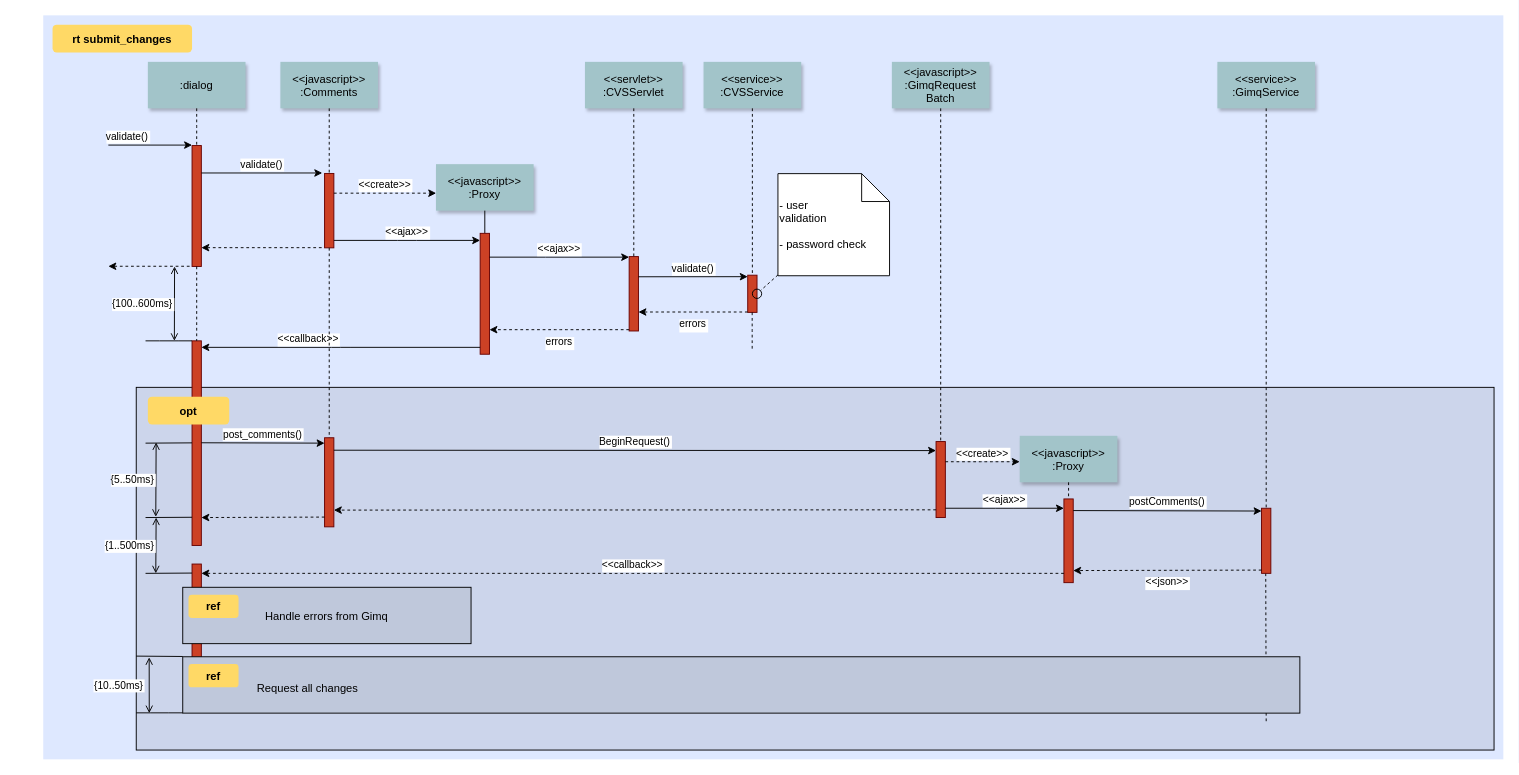
Above: flink-es-6.drawio in weizheng1990s/Diagram (draw.io), before the change. Source tidied: cells renumbered, new cells numbered last; positions are measured from the earlier drawing's top-left corner, leaving out a move shared by most shapes. Both pictures are drawn from the tidied source at 93%, with x=0, y=0 at pixel (43, 15).
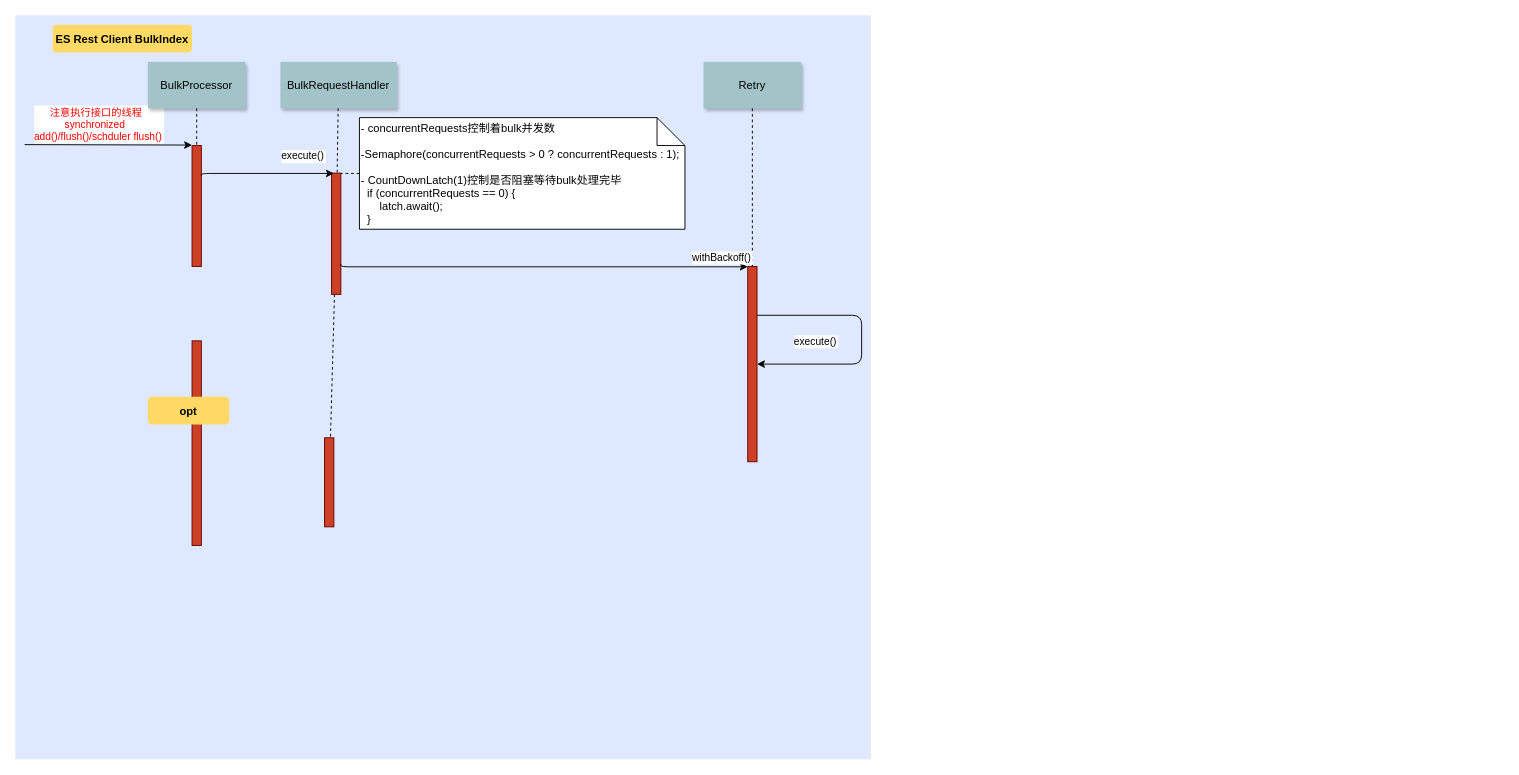
After the change.

Unchanged cells that the change refers to:
```xml
<mxCell id="5" style="fillColor=#CC4125;strokeColor=#660000;" parent="1" vertex="1">
  <mxGeometry x="160" y="140" width="10" height="130" as="geometry" />
</mxCell>
<mxCell id="35" style="fillColor=#CC4125;strokeColor=#660000;" parent="1" vertex="1">
  <mxGeometry x="160" y="350" width="10" height="220" as="geometry" />
</mxCell>
```

What changed in the source:
```diff
@@
     <mxCell id="2" style="fillColor=#DEE8FF;strokeColor=none;" parent="1" vertex="1">
-      <mxGeometry width="1570" height="800" as="geometry" />
+      <mxGeometry x="-30" width="920" height="800" as="geometry" />
     </mxCell>
-    <mxCell id="3" style="fillColor=#CCD5EB;" parent="1" vertex="1">
-      <mxGeometry x="100" y="400" width="1460" height="390" as="geometry" />
-    </mxCell>
-    <mxCell id="4" style="edgeStyle=elbowEdgeStyle;elbow=horizontal;endArrow=none;dashed=1;" parent="1" edge="1">
-      <mxGeometry x="1460" y="437.9" as="geometry">
-        <mxPoint x="1314.5" y="600" as="sourcePoint" />
-        <mxPoint x="1314.5" y="760" as="targetPoint" />
-      </mxGeometry>
-    </mxCell>
@@
-    <mxCell id="6" value="validate()" style="edgeStyle=none;verticalLabelPosition=top;verticalAlign=bottom;labelPosition=left;align=right;" parent="1" edge="1">
-      <mxGeometry x="110" y="49.5" as="geometry">
-        <mxPoint x="70" y="139.5" as="sourcePoint" />
+    <mxCell id="6" value="注意执行接口的线程       &#10;synchronized             &#10;add()/flush()/schduler flush()" style="edgeStyle=none;verticalLabelPosition=top;verticalAlign=bottom;labelPosition=left;align=right;fontColor=#FF0000;" parent="1" edge="1">
+      <mxGeometry as="geometry">
+        <mxPoint x="-20" y="139" as="sourcePoint" />
         <mxPoint x="160" y="139.5" as="targetPoint" />
+        <mxPoint x="60" as="offset" />
       </mxGeometry>
     </mxCell>
-    <mxCell id="7" value=":dialog" style="shadow=1;fillColor=#A2C4C9;strokeColor=none;" parent="1" vertex="1">
+    <mxCell id="7" value="BulkProcessor" style="shadow=1;fillColor=#A2C4C9;strokeColor=none;" parent="1" vertex="1">
       <mxGeometry x="112.5" y="50" width="105" height="50" as="geometry" />
     </mxCell>
     <mxCell id="8" style="fillColor=#CC4125;strokeColor=#660000;" parent="1" vertex="1">
-      <mxGeometry x="302.5" y="170" width="10" height="80" as="geometry" />
+      <mxGeometry x="310" y="169.6" width="10" height="130.4" as="geometry" />
     </mxCell>
-    <mxCell id="9" value="&lt;&lt;javascript&gt;&gt;&#10;:Comments" style="shadow=1;fillColor=#A2C4C9;strokeColor=none;" parent="1" vertex="1">
-      <mxGeometry x="255" y="50" width="105" height="50" as="geometry" />
+    <mxCell id="9" value="BulkRequestHandler" style="shadow=1;fillColor=#A2C4C9;strokeColor=none;" parent="1" vertex="1">
+      <mxGeometry x="255" y="50" width="125" height="50" as="geometry" />
     </mxCell>
@@
-    <mxCell id="11" value="validate()" style="edgeStyle=none;verticalLabelPosition=top;verticalAlign=bottom;" parent="1" edge="1">
-      <mxGeometry x="220" y="92" as="geometry">
-        <mxPoint x="170" y="169.5" as="sourcePoint" />
-        <mxPoint x="300" y="169.5" as="targetPoint" />
-      </mxGeometry>
-    </mxCell>
-    <mxCell id="12" style="edgeStyle=none;verticalLabelPosition=top;verticalAlign=bottom;endArrow=none;startArrow=classic;dashed=1;" parent="1" edge="1">
-      <mxGeometry x="220" y="172.3" as="geometry">
-        <mxPoint x="170" y="249.8" as="sourcePoint" />
-        <mxPoint x="300" y="249.8" as="targetPoint" />
-      </mxGeometry>
-    </mxCell>
-    <mxCell id="13" style="edgeStyle=none;verticalLabelPosition=top;verticalAlign=bottom;labelPosition=left;align=right;endArrow=none;startArrow=classic;dashed=1;" parent="1" edge="1">
-      <mxGeometry x="110" y="179.8" as="geometry">
-        <mxPoint x="70" y="269.8" as="sourcePoint" />
-        <mxPoint x="160" y="269.8" as="targetPoint" />
-      </mxGeometry>
-    </mxCell>
-    <mxCell id="14" value="&lt;&lt;create&gt;&gt;" style="edgeStyle=none;verticalLabelPosition=top;verticalAlign=bottom;dashed=1;" parent="1" edge="1">
-      <mxGeometry x="385.5" y="113.9" as="geometry">
-        <mxPoint x="312.5" y="191.2" as="sourcePoint" />
-        <mxPoint x="422.5" y="191.2" as="targetPoint" />
-      </mxGeometry>
-    </mxCell>
-    <mxCell id="15" value="&lt;&lt;javascript&gt;&gt;&#10;:Proxy" style="shadow=1;fillColor=#A2C4C9;strokeColor=none;" parent="1" vertex="1">
-      <mxGeometry x="422.3" y="160" width="105" height="50" as="geometry" />
-    </mxCell>
-    <mxCell id="16" style="edgeStyle=none;endArrow=none;" parent="1" edge="1" source="15" target="17">
-      <mxGeometry x="437" y="270" as="geometry" />
-    </mxCell>
-    <mxCell id="17" style="fillColor=#CC4125;strokeColor=#660000;" parent="1" vertex="1">
-      <mxGeometry x="469.8" y="234.4" width="10" height="130" as="geometry" />
-    </mxCell>
-    <mxCell id="18" value="&lt;&lt;ajax&gt;&gt;" style="edgeStyle=elbowEdgeStyle;elbow=vertical;verticalLabelPosition=top;verticalAlign=bottom;" parent="1" edge="1" source="8" target="17">
-      <mxGeometry x="350" y="290" as="geometry" />
-    </mxCell>
     <mxCell id="19" style="fillColor=#CC4125;strokeColor=#660000;" parent="1" vertex="1">
-      <mxGeometry x="630" y="259.4" width="10" height="80" as="geometry" />
+      <mxGeometry x="757.5" y="270" width="10" height="210" as="geometry" />
     </mxCell>
-    <mxCell id="20" value="&lt;&lt;servlet&gt;&gt;&#10;:CVSServlet" style="shadow=1;fillColor=#A2C4C9;strokeColor=none;" parent="1" vertex="1">
-      <mxGeometry x="582.5" y="50" width="105" height="50" as="geometry" />
+    <mxCell id="20" value="Retry" style="shadow=1;fillColor=#A2C4C9;strokeColor=none;" parent="1" vertex="1">
+      <mxGeometry x="710" y="50" width="105" height="50" as="geometry" />
     </mxCell>
@@
-    <mxCell id="22" value="&lt;&lt;service&gt;&gt;&#10;:CVSService" style="shadow=1;fillColor=#A2C4C9;strokeColor=none;" parent="1" vertex="1">
-      <mxGeometry x="710" y="50" width="105" height="50" as="geometry" />
-    </mxCell>
-    <mxCell id="23" style="edgeStyle=none;endArrow=none;dashed=1;" parent="1" edge="1" source="22" target="24">
-      <mxGeometry x="727.3" y="165" as="geometry" />
-    </mxCell>
-    <mxCell id="24" style="fillColor=#CC4125;strokeColor=#660000;" parent="1" vertex="1">
-      <mxGeometry x="757.5" y="279.4" width="10" height="40" as="geometry" />
-    </mxCell>
-    <mxCell id="25" value="&lt;&lt;ajax&gt;&gt;" style="edgeStyle=elbowEdgeStyle;elbow=vertical;verticalLabelPosition=top;verticalAlign=bottom;" parent="1" edge="1" source="17" target="19">
-      <mxGeometry x="540" y="270" as="geometry">
-        <Array as="points">
-          <mxPoint x="550" y="260" />
-        </Array>
-      </mxGeometry>
-    </mxCell>
-    <mxCell id="26" value="errors" style="edgeStyle=elbowEdgeStyle;elbow=vertical;dashed=1;verticalLabelPosition=bottom;verticalAlign=top;" parent="1" edge="1" source="19" target="17">
-      <mxGeometry x="550" y="280" as="geometry">
-        <Array as="points">
-          <mxPoint x="553" y="338" />
-        </Array>
-      </mxGeometry>
-    </mxCell>
-    <mxCell id="27" value="&lt;&lt;javascript&gt;&gt;&#10;:GimqRequest&#10;Batch" style="shadow=1;fillColor=#A2C4C9;strokeColor=none;" parent="1" vertex="1">
-      <mxGeometry x="912.5" y="50" width="105" height="50" as="geometry" />
-    </mxCell>
@@
-    <mxCell id="29" value="validate()" style="edgeStyle=elbowEdgeStyle;elbow=vertical;verticalLabelPosition=top;verticalAlign=bottom;" parent="1" edge="1">
-      <mxGeometry x="550" y="261.7" as="geometry">
-        <mxPoint x="640" y="281.1" as="sourcePoint" />
-        <mxPoint x="757.5" y="281.1" as="targetPoint" />
-      </mxGeometry>
-    </mxCell>
-    <mxCell id="30" value="errors" style="edgeStyle=elbowEdgeStyle;elbow=vertical;dashed=1;verticalLabelPosition=bottom;verticalAlign=top;" parent="1" edge="1">
-      <mxGeometry x="560" y="309.7" as="geometry">
-        <mxPoint x="757.5" y="319" as="sourcePoint" />
-        <mxPoint x="640" y="319" as="targetPoint" />
-      </mxGeometry>
-    </mxCell>
-    <mxCell id="31" style="edgeStyle=elbowEdgeStyle;elbow=horizontal;endArrow=none;dashed=1;" parent="1" edge="1">
-      <mxGeometry x="932.3" y="240" as="geometry">
-        <mxPoint x="762.3" y="319.4" as="sourcePoint" />
-        <mxPoint x="762.3" y="360" as="targetPoint" />
-        <Array as="points">
-          <mxPoint x="762.3" y="340" />
-        </Array>
-      </mxGeometry>
-    </mxCell>
-    <mxCell id="32" style="ellipse;fillColor=none;" parent="1" vertex="1">
-      <mxGeometry x="762.5" y="294.4" width="10" height="10" as="geometry" />
-    </mxCell>
-    <mxCell id="33" value=" - user&#10; validation&#10;&#10; - password check" style="shape=note;align=left;" parent="1" vertex="1">
-      <mxGeometry x="790" y="170.2" width="120" height="109.8" as="geometry" />
+    <mxCell id="33" value=" - concurrentRequests控制着bulk并发数&#10;&#10;-Semaphore(concurrentRequests &gt; 0 ? concurrentRequests : 1);&#10;&#10; - CountDownLatch(1)控制是否阻塞等待bulk处理完毕&#10;  if (concurrentRequests == 0) {&#10;      latch.await();&#10;  }" style="shape=note;align=left;" parent="1" vertex="1">
+      <mxGeometry x="340" y="110" width="350" height="120" as="geometry" />
     </mxCell>
-    <mxCell id="34" style="edgeStyle=none;endArrow=none;dashed=1;" parent="1" edge="1" source="33" target="32">
-      <mxGeometry x="1030" y="180" as="geometry" />
+    <mxCell id="34" style="edgeStyle=none;endArrow=none;dashed=1;" parent="1" edge="1" source="33">
+      <mxGeometry x="1030" y="180" as="geometry">
+        <mxPoint x="320" y="170" as="targetPoint" />
+      </mxGeometry>
     </mxCell>
@@
-    <mxCell id="36" value="             &lt;&lt;callback&gt;&gt;                                " style="edgeStyle=elbowEdgeStyle;elbow=vertical;dashed=0;verticalLabelPosition=top;verticalAlign=bottom;align=right;" parent="1" edge="1" source="17" target="35">
-      <mxGeometry x="190" y="329.8" as="geometry" />
-    </mxCell>
-    <mxCell id="37" style="edgeStyle=none;dashed=1;endArrow=none;" parent="1" edge="1" source="5" target="35">
-      <mxGeometry x="50" y="300" as="geometry" />
-    </mxCell>
-    <mxCell id="38" style="edgeStyle=elbowEdgeStyle;elbow=vertical;endArrow=none;" parent="1" edge="1" source="35">
-      <mxGeometry x="60" y="310" as="geometry">
-        <mxPoint x="110" y="350" as="targetPoint" />
-      </mxGeometry>
-    </mxCell>
-    <mxCell id="39" value="{100..600ms}" style="edgeStyle=elbowEdgeStyle;elbow=horizontal;startArrow=open;endArrow=open;labelPosition=left;align=right;" parent="1" edge="1">
-      <mxGeometry x="61.2" y="290" as="geometry">
-        <mxPoint x="141.2" y="270" as="sourcePoint" />
-        <mxPoint x="141.2" y="350" as="targetPoint" />
-      </mxGeometry>
-    </mxCell>
@@
-    <mxCell id="41" style="fillColor=#CC4125;strokeColor=#660000;" parent="1" vertex="1">
-      <mxGeometry x="960" y="458.3" width="10" height="81.7" as="geometry" />
-    </mxCell>
-    <mxCell id="42" style="edgeStyle=none;endArrow=none;dashed=1;" parent="1" edge="1" source="27" target="41">
-      <mxGeometry x="956.6" y="205" as="geometry" />
-    </mxCell>
-    <mxCell id="43" value="post_comments()" style="edgeStyle=elbowEdgeStyle;elbow=vertical;verticalLabelPosition=top;verticalAlign=bottom;" parent="1" edge="1">
-      <mxGeometry x="212.5" y="469.6" as="geometry">
-        <mxPoint x="170" y="459.6" as="sourcePoint" />
-        <mxPoint x="302.5" y="459.6" as="targetPoint" />
-      </mxGeometry>
-    </mxCell>
@@
-    <mxCell id="45" value="BeginRequest()" style="edgeStyle=elbowEdgeStyle;elbow=vertical;verticalLabelPosition=top;verticalAlign=bottom;" parent="1" edge="1">
-      <mxGeometry x="530" y="436.8" as="geometry">
-        <mxPoint x="312.5" y="467.6" as="sourcePoint" />
-        <mxPoint x="960" y="467.6" as="targetPoint" />
-      </mxGeometry>
-    </mxCell>
-    <mxCell id="46" style="edgeStyle=elbowEdgeStyle;elbow=vertical;dashed=1;verticalLabelPosition=bottom;verticalAlign=top;" parent="1" edge="1">
-      <mxGeometry x="530" y="549.1" as="geometry">
-        <mxPoint x="960" y="531.7" as="sourcePoint" />
-        <mxPoint x="312.5" y="531.7" as="targetPoint" />
-      </mxGeometry>
-    </mxCell>
-    <mxCell id="47" value="&lt;&lt;javascript&gt;&gt;&#10;:Proxy" style="shadow=1;fillColor=#A2C4C9;strokeColor=none;" parent="1" vertex="1">
-      <mxGeometry x="1050" y="452.1" width="105" height="50" as="geometry" />
-    </mxCell>
-    <mxCell id="48" style="edgeStyle=none;endArrow=none;dashed=1;" parent="1" edge="1" source="47" target="49">
-      <mxGeometry x="1204.1" y="380.1" as="geometry" />
-    </mxCell>
-    <mxCell id="49" style="fillColor=#CC4125;strokeColor=#660000;" parent="1" vertex="1">
-      <mxGeometry x="1097.5" y="520" width="10" height="90" as="geometry" />
-    </mxCell>
-    <mxCell id="50" style="fillColor=#CC4125;strokeColor=#660000;" parent="1" vertex="1">
-      <mxGeometry x="1310" y="530" width="10" height="70" as="geometry" />
-    </mxCell>
-    <mxCell id="51" value="&lt;&lt;create&gt;&gt;" style="edgeStyle=elbowEdgeStyle;elbow=vertical;verticalLabelPosition=top;verticalAlign=bottom;dashed=1;" parent="1" edge="1" source="41" target="47">
-      <mxGeometry x="901.2" y="322.5" as="geometry" />
-    </mxCell>
-    <mxCell id="52" value="&lt;&lt;ajax&gt;&gt;" style="edgeStyle=elbowEdgeStyle;elbow=vertical;verticalLabelPosition=top;verticalAlign=bottom;" parent="1" edge="1" source="41" target="49">
-      <mxGeometry x="1065" y="359.5" as="geometry" />
-    </mxCell>
-    <mxCell id="53" value="postComments()" style="edgeStyle=elbowEdgeStyle;elbow=vertical;verticalLabelPosition=top;verticalAlign=bottom;" parent="1" edge="1">
-      <mxGeometry x="1225" y="309.5" as="geometry">
-        <mxPoint x="1107.5" y="532.5" as="sourcePoint" />
-        <mxPoint x="1310" y="532.5" as="targetPoint" />
-      </mxGeometry>
-    </mxCell>
-    <mxCell id="54" value="&lt;&lt;json&gt;&gt;" style="edgeStyle=elbowEdgeStyle;elbow=vertical;dashed=1;verticalLabelPosition=bottom;verticalAlign=top;" parent="1" edge="1">
-      <mxGeometry x="1075" y="396" as="geometry">
-        <mxPoint x="1310" y="596.5" as="sourcePoint" />
-        <mxPoint x="1107.5" y="596.5" as="targetPoint" />
-      </mxGeometry>
-    </mxCell>
-    <mxCell id="55" value="&lt;&lt;service&gt;&gt;&#10;:GimqService" style="shadow=1;fillColor=#A2C4C9;strokeColor=none;" parent="1" vertex="1">
-      <mxGeometry x="1262.5" y="50" width="105" height="50" as="geometry" />
-    </mxCell>
-    <mxCell id="56" style="edgeStyle=none;endArrow=none;dashed=1;" parent="1" edge="1" source="55" target="50">
-      <mxGeometry x="1174.1" y="210" as="geometry" />
-    </mxCell>
-    <mxCell id="57" style="fillColor=#CC4125;strokeColor=#660000;" parent="1" vertex="1">
-      <mxGeometry x="160" y="590" width="10" height="130" as="geometry" />
-    </mxCell>
-    <mxCell id="58" style="edgeStyle=elbowEdgeStyle;elbow=vertical;dashed=1;verticalLabelPosition=bottom;verticalAlign=top;" parent="1" edge="1">
-      <mxGeometry x="507.5" y="664.3" as="geometry">
-        <mxPoint x="302.5" y="539.5" as="sourcePoint" />
-        <mxPoint x="170" y="539.5" as="targetPoint" />
-      </mxGeometry>
-    </mxCell>
-    <mxCell id="59" value="&lt;&lt;callback&gt;&gt;" style="edgeStyle=elbowEdgeStyle;elbow=vertical;dashed=1;verticalLabelPosition=bottom;verticalAlign=bottom;" parent="1" edge="1" source="49" target="57">
-      <mxGeometry x="540" y="559.1" as="geometry" />
-    </mxCell>
-    <mxCell id="60" value="rt submit_changes" style="rounded=1;fontStyle=1;fillColor=#FFD966;strokeColor=none;" parent="1" vertex="1">
+    <mxCell id="60" value="ES Rest Client BulkIndex" style="rounded=1;fontStyle=1;fillColor=#FFD966;strokeColor=none;" parent="1" vertex="1">
       <mxGeometry x="10" y="10" width="150" height="30" as="geometry" />
     </mxCell>
@@
-    <mxCell id="62" value="Handle errors from Gimq" style="fillColor=#BFC8DB;" parent="1" vertex="1">
-      <mxGeometry x="150" y="615" width="310" height="60.6" as="geometry" />
-    </mxCell>
-    <mxCell id="63" value="ref" style="rounded=1;fontStyle=1;fillColor=#FFD966;strokeColor=none;" parent="1" vertex="1">
-      <mxGeometry x="156.2" y="622.9" width="53.8" height="25" as="geometry" />
-    </mxCell>
-    <mxCell id="64" style="align=left;fillColor=#BFC8DB;" parent="1" vertex="1">
-      <mxGeometry x="150" y="689.7" width="1201.2" height="60.6" as="geometry" />
-    </mxCell>
-    <mxCell id="65" value="ref" style="rounded=1;fontStyle=1;fillColor=#FFD966;strokeColor=none;" parent="1" vertex="1">
-      <mxGeometry x="156.2" y="697.6" width="53.8" height="25" as="geometry" />
-    </mxCell>
-    <mxCell id="66" value="Request all changes" style="text;align=left;" parent="1" vertex="1">
-      <mxGeometry x="228.1" y="710.1" width="351.8" height="26" as="geometry" />
-    </mxCell>
-    <mxCell id="67" style="edgeStyle=elbowEdgeStyle;elbow=vertical;endArrow=none;" parent="1" edge="1">
-      <mxGeometry x="60" y="419.7" as="geometry">
-        <mxPoint x="160" y="459.7" as="sourcePoint" />
-        <mxPoint x="110" y="459.7" as="targetPoint" />
-      </mxGeometry>
-    </mxCell>
-    <mxCell id="68" style="edgeStyle=elbowEdgeStyle;elbow=vertical;endArrow=none;" parent="1" edge="1">
-      <mxGeometry x="60" y="499.7" as="geometry">
-        <mxPoint x="160" y="539.7" as="sourcePoint" />
-        <mxPoint x="110" y="539.7" as="targetPoint" />
-      </mxGeometry>
-    </mxCell>
-    <mxCell id="69" style="edgeStyle=elbowEdgeStyle;elbow=vertical;endArrow=none;" parent="1" edge="1">
-      <mxGeometry x="60" y="559.7" as="geometry">
-        <mxPoint x="160" y="599.7" as="sourcePoint" />
-        <mxPoint x="110" y="599.7" as="targetPoint" />
-      </mxGeometry>
-    </mxCell>
-    <mxCell id="70" style="edgeStyle=elbowEdgeStyle;elbow=vertical;endArrow=none;" parent="1" edge="1">
-      <mxGeometry x="50" y="649.4" as="geometry">
-        <mxPoint x="150" y="689.4" as="sourcePoint" />
-        <mxPoint x="100" y="689.4" as="targetPoint" />
-      </mxGeometry>
-    </mxCell>
-    <mxCell id="71" style="edgeStyle=elbowEdgeStyle;elbow=vertical;endArrow=none;" parent="1" edge="1">
-      <mxGeometry x="50" y="710" as="geometry">
-        <mxPoint x="150" y="750" as="sourcePoint" />
-        <mxPoint x="100" y="750" as="targetPoint" />
-      </mxGeometry>
-    </mxCell>
-    <mxCell id="72" value="{5..50ms}" style="edgeStyle=elbowEdgeStyle;elbow=horizontal;startArrow=open;endArrow=open;labelPosition=left;align=right;" parent="1" edge="1">
-      <mxGeometry x="41.4" y="479.2" as="geometry">
-        <mxPoint x="121.4" y="459.2" as="sourcePoint" />
-        <mxPoint x="121.4" y="539.2" as="targetPoint" />
-      </mxGeometry>
-    </mxCell>
-    <mxCell id="73" value="{1..500ms}" style="edgeStyle=elbowEdgeStyle;elbow=horizontal;startArrow=open;endArrow=open;labelPosition=left;align=right;" parent="1" edge="1">
-      <mxGeometry x="42.9" y="560" as="geometry">
-        <mxPoint x="121.4" y="540" as="sourcePoint" />
-        <mxPoint x="121.4" y="600" as="targetPoint" />
-      </mxGeometry>
-    </mxCell>
-    <mxCell id="74" value="{10..50ms}" style="edgeStyle=elbowEdgeStyle;elbow=horizontal;startArrow=open;endArrow=open;labelPosition=left;align=right;" parent="1" edge="1">
-      <mxGeometry as="geometry">
-        <mxPoint x="113.9" y="690.3" as="sourcePoint" />
-        <mxPoint x="113.9" y="750.3" as="targetPoint" />
-        <mxPoint x="-4.2" y="-0.3" as="offset" />
-      </mxGeometry>
-    </mxCell>
+    <mxCell id="75" value="execute()" style="edgeStyle=elbowEdgeStyle;elbow=vertical;verticalLabelPosition=top;verticalAlign=bottom;exitX=1;exitY=0.25;exitDx=0;exitDy=0;entryX=0.25;entryY=0;entryDx=0;entryDy=0;" parent="1" edge="1" source="5" target="8">
+      <mxGeometry as="geometry">
+        <Array as="points">
+          <mxPoint x="240" y="170" />
+          <mxPoint x="270.2" y="170.2" />
+        </Array>
+        <mxPoint x="38" y="-11" as="offset" />
+      </mxGeometry>
+    </mxCell>
+    <mxCell id="76" value="withBackoff()" style="edgeStyle=elbowEdgeStyle;elbow=vertical;verticalLabelPosition=top;verticalAlign=bottom;exitX=1;exitY=0.75;exitDx=0;exitDy=0;entryX=0;entryY=0;entryDx=0;entryDy=0;" parent="1" edge="1" source="8" target="19">
+      <mxGeometry as="geometry">
+        <Array as="points">
+          <mxPoint x="500" y="270.4" />
+          <mxPoint x="530.2" y="270.6" />
+        </Array>
+        <mxPoint x="191" y="1" as="offset" />
+      </mxGeometry>
+    </mxCell>
+    <mxCell id="77" value="execute()" style="edgeStyle=elbowEdgeStyle;elbow=vertical;verticalLabelPosition=top;verticalAlign=bottom;exitX=1;exitY=0.25;exitDx=0;exitDy=0;entryX=1;entryY=0.5;entryDx=0;entryDy=0;" parent="1" edge="1" source="19" target="19">
+      <mxGeometry as="geometry">
+        <Array as="points">
+          <mxPoint x="880" y="340" />
+          <mxPoint x="880.2" y="300.6" />
+        </Array>
+        <mxPoint x="63" y="11" as="offset" />
+      </mxGeometry>
+    </mxCell>
```
